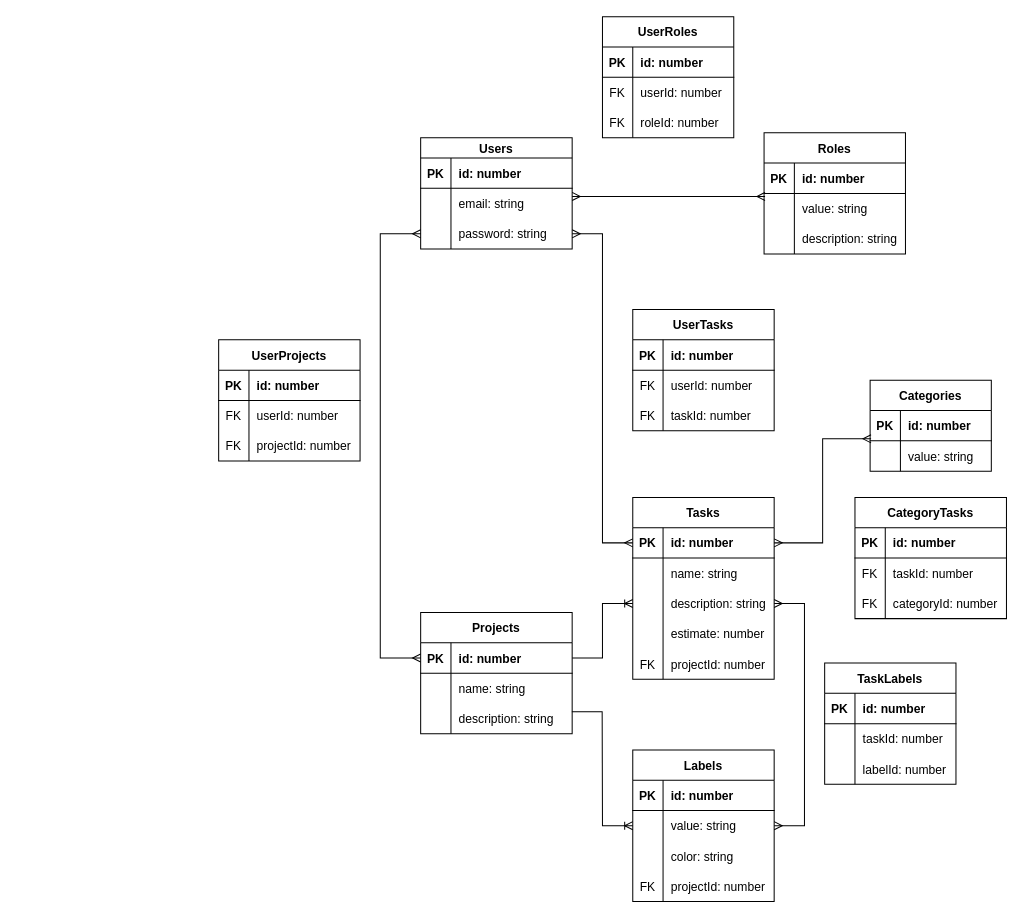
Earlier version of the draw.io diagram docs/DatabaseSchema.drawio (kurockett/stoei-course-project). Source tidied: cells renumbered, new cells numbered last; positions are measured from the earlier drawing's top-left corner, leaving out a move shared by most shapes. Both pictures are drawn from the tidied source at 101%, with x=0, y=0 at pixel (218, 16).
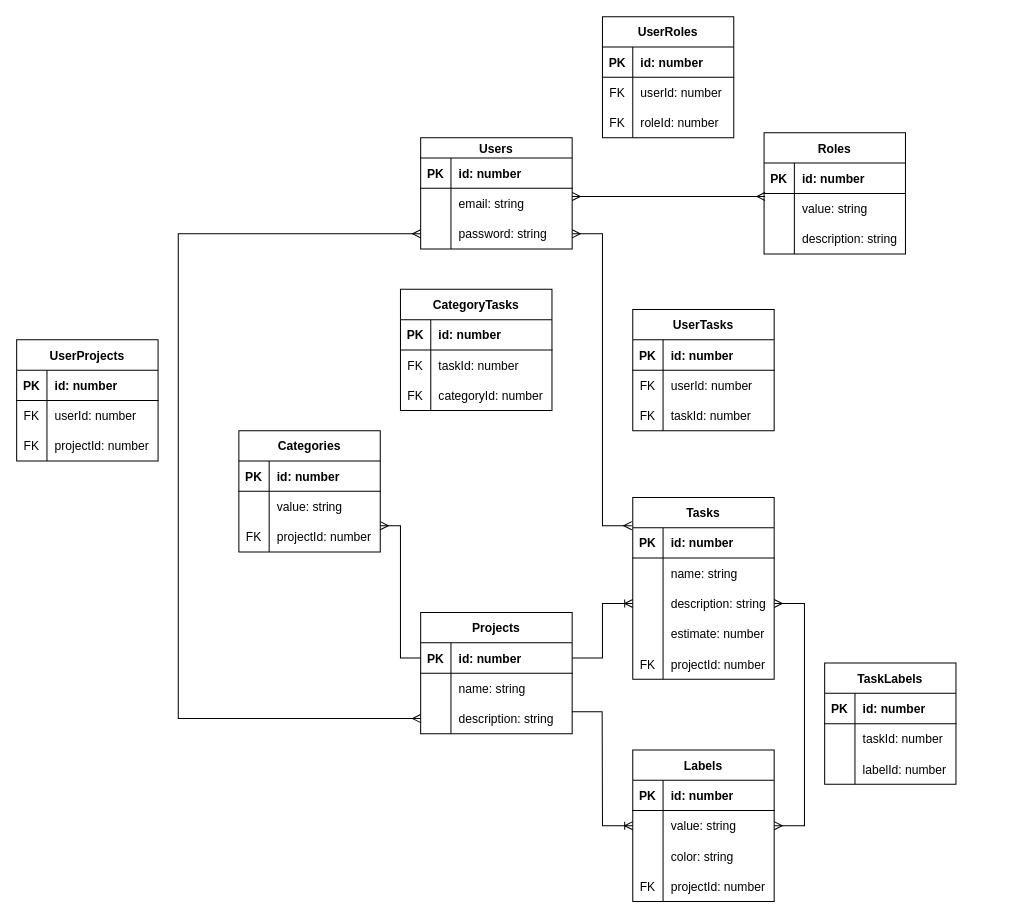
After the change.

Unchanged cells that the change refers to:
```xml
<mxCell id="9" style="shape=partialRectangle;fillColor=none;top=0;left=0;bottom=0;right=0;points=[[0,0.5],[1,0.5]];portConstraint=eastwest;fontStyle=0;" parent="2" vertex="1">
  <mxGeometry y="80" width="150" height="30" as="geometry" />
</mxCell>
<mxCell id="33" style="shape=partialRectangle;fillColor=none;top=0;left=0;bottom=1;right=0;points=[[0,0.5],[1,0.5]];portConstraint=eastwest;fontStyle=0;" parent="32" vertex="1">
  <mxGeometry y="30" width="150" height="30" as="geometry" />
</mxCell>
<mxCell id="39" style="shape=partialRectangle;fillColor=none;top=0;left=0;bottom=0;right=0;points=[[0,0.5],[1,0.5]];portConstraint=eastwest;fontStyle=0;" parent="32" vertex="1">
  <mxGeometry y="90" width="150" height="30" as="geometry" />
</mxCell>
<mxCell id="43" style="shape=partialRectangle;fillColor=none;top=0;left=0;bottom=1;right=0;points=[[0,0.5],[1,0.5]];portConstraint=eastwest;fontStyle=0;" parent="42" vertex="1">
  <mxGeometry y="30" width="140" height="30" as="geometry" />
</mxCell>
```

What changed in the source:
```diff
@@
     <mxCell id="58" value="UserProjects" style="shape=table;startSize=30;childLayout=tableLayout;rowLines=0;fontStyle=1;align=center;" parent="1" vertex="1">
-      <mxGeometry y="320" width="140" height="120" as="geometry" />
+      <mxGeometry x="-200" y="320" width="140" height="120" as="geometry" />
     </mxCell>
@@
-    <mxCell id="68" style="edgeStyle=elbowEdgeStyle;fontSize=12;html=1;endArrow=ERmany;startArrow=ERmany;rounded=0;exitX=0;exitY=0.5;exitDx=0;exitDy=0;entryX=0;entryY=0.5;entryDx=0;entryDy=0;fontStyle=0;" parent="1" edge="1" source="9" target="33">
+    <mxCell id="68" style="edgeStyle=elbowEdgeStyle;fontSize=12;html=1;endArrow=ERmany;startArrow=ERmany;rounded=0;exitX=0;exitY=0.5;exitDx=0;exitDy=0;entryX=0;entryY=0.5;entryDx=0;entryDy=0;fontStyle=0;" parent="1" edge="1" source="9" target="39">
       <mxGeometry relative="1" as="geometry">
         <Array as="points">
-          <mxPoint x="160" y="425" />
+          <mxPoint x="-40" y="420" />
         </Array>
       </mxGeometry>
     </mxCell>
@@
     <mxCell id="104" value="Categories" style="shape=table;startSize=30;childLayout=tableLayout;rowLines=0;fontStyle=1;align=center;" parent="1" vertex="1">
-      <mxGeometry x="645" y="360" width="120" height="90" as="geometry" />
+      <mxGeometry x="20" y="410" width="140" height="120" as="geometry" />
     </mxCell>
     <mxCell id="105" style="shape=partialRectangle;fillColor=none;top=0;left=0;bottom=1;right=0;fontStyle=0;" parent="104" vertex="1">
-      <mxGeometry y="30" width="120" height="30" as="geometry" />
+      <mxGeometry y="30" width="140" height="30" as="geometry" />
     </mxCell>
@@
     <mxCell id="107" value="id: number" style="shape=partialRectangle;fillColor=none;top=0;left=0;bottom=0;right=0;align=left;spacingLeft=6;fontStyle=1;overflow=hidden;" parent="105" vertex="1">
-      <mxGeometry x="30" width="90" height="30" as="geometry" />
+      <mxGeometry x="30" width="110" height="30" as="geometry" />
     </mxCell>
     <mxCell id="108" style="shape=partialRectangle;fillColor=none;top=0;left=0;bottom=0;right=0;points=[[0,0.5],[1,0.5]];portConstraint=eastwest;fontStyle=0;" parent="104" vertex="1">
-      <mxGeometry y="60" width="120" height="30" as="geometry" />
+      <mxGeometry y="60" width="140" height="30" as="geometry" />
     </mxCell>
@@
     <mxCell id="110" value="value: string" style="shape=partialRectangle;fillColor=none;top=0;left=0;bottom=0;right=0;align=left;spacingLeft=6;overflow=hidden;fontStyle=0;" parent="108" vertex="1">
-      <mxGeometry x="30" width="90" height="30" as="geometry" />
+      <mxGeometry x="30" width="110" height="30" as="geometry" />
     </mxCell>
+    <mxCell id="125" style="shape=partialRectangle;fillColor=none;top=0;left=0;bottom=0;right=0;fontStyle=0;" parent="104" vertex="1">
+      <mxGeometry y="90" width="140" height="30" as="geometry" />
+    </mxCell>
+    <mxCell id="126" value="FK" style="shape=partialRectangle;fillColor=none;top=0;left=0;bottom=0;right=0;overflow=hidden;fontStyle=0;" parent="125" vertex="1">
+      <mxGeometry width="30" height="30" as="geometry" />
+    </mxCell>
+    <mxCell id="127" value="projectId: number" style="shape=partialRectangle;fillColor=none;top=0;left=0;bottom=0;right=0;align=left;spacingLeft=6;overflow=hidden;fontStyle=0;" parent="125" vertex="1">
+      <mxGeometry x="30" width="110" height="30" as="geometry" />
+    </mxCell>
     <mxCell id="111" value="CategoryTasks" style="shape=table;startSize=30;childLayout=tableLayout;rowLines=0;fontStyle=1;align=center;" parent="1" vertex="1">
-      <mxGeometry x="630" y="476" width="150" height="120" as="geometry" />
+      <mxGeometry x="180" y="270" width="150" height="120" as="geometry" />
     </mxCell>
@@
-    <mxCell id="121" style="edgeStyle=elbowEdgeStyle;fontSize=12;html=1;endArrow=ERmany;startArrow=ERmany;rounded=0;entryX=1;entryY=0.5;entryDx=0;entryDy=0;" parent="1" edge="1" source="43" target="9">
+    <mxCell id="121" style="edgeStyle=elbowEdgeStyle;fontSize=12;html=1;endArrow=ERmany;startArrow=ERmany;rounded=0;entryX=1;entryY=0.5;entryDx=0;entryDy=0;exitX=-0.007;exitY=-0.067;exitDx=0;exitDy=0;exitPerimeter=0;" parent="1" edge="1" source="43" target="9">
       <mxGeometry relative="1" as="geometry" />
     </mxCell>
@@
-    <mxCell id="123" style="edgeStyle=elbowEdgeStyle;fontSize=12;html=1;endArrow=ERmany;startArrow=ERmany;rounded=0;entryX=0.008;entryY=-0.067;entryDx=0;entryDy=0;entryPerimeter=0;exitX=1;exitY=0.5;exitDx=0;exitDy=0;" parent="1" edge="1" source="43" target="108">
-      <mxGeometry relative="1" as="geometry" />
-    </mxCell>
@@
+    <mxCell id="128" style="edgeStyle=elbowEdgeStyle;fontSize=12;html=1;endArrow=ERmany;rounded=0;exitX=0;exitY=0.5;exitDx=0;exitDy=0;" parent="1" edge="1" source="33">
+      <mxGeometry relative="1" as="geometry">
+        <mxPoint x="160" y="504" as="targetPoint" />
+      </mxGeometry>
+    </mxCell>
```
